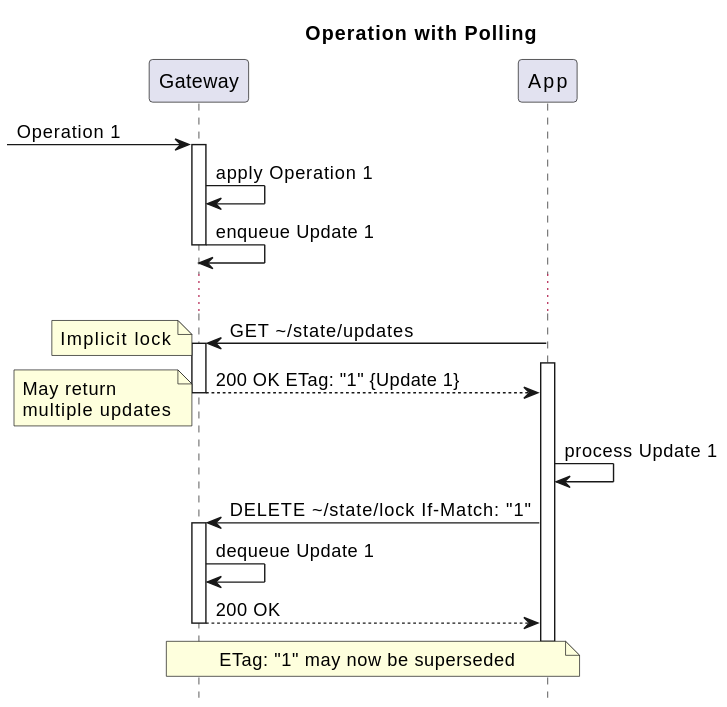
Earlier version of the PlantUML export architecture/api/http/img/3-basic-polling.seq.svg (m-ld/m-ld-gateway).
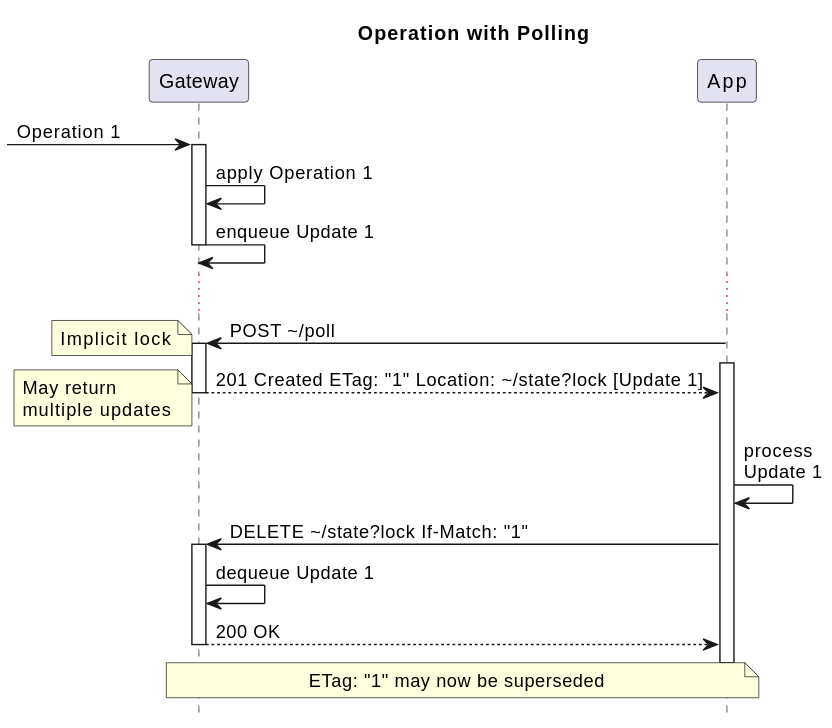
Above is the later version.

The edit, as a diff of the source:
```diff
@@ -11,13 +11,13 @@
 gw -> gw: apply Operation 1
 gw -> gw --: enqueue Update 1
 ...
-app -> gw ++: GET \~/state/updates
+app -> gw ++: POST \~/poll
 activate app
 note left: Implicit lock
-return 200 OK ETag: "1" {Update 1}
+return 201 Created ETag: "1" Location: \~/state?lock [Update 1]
 note left: May return\nmultiple updates
-app -> app: process Update 1
-app -> gw ++: DELETE \~/state/lock If-Match: "1"
+app -> app: process\nUpdate 1
+app -> gw ++: DELETE \~/state?lock If-Match: "1"
 gw -> gw: dequeue Update 1
 return 200 OK
 deactivate app
```
